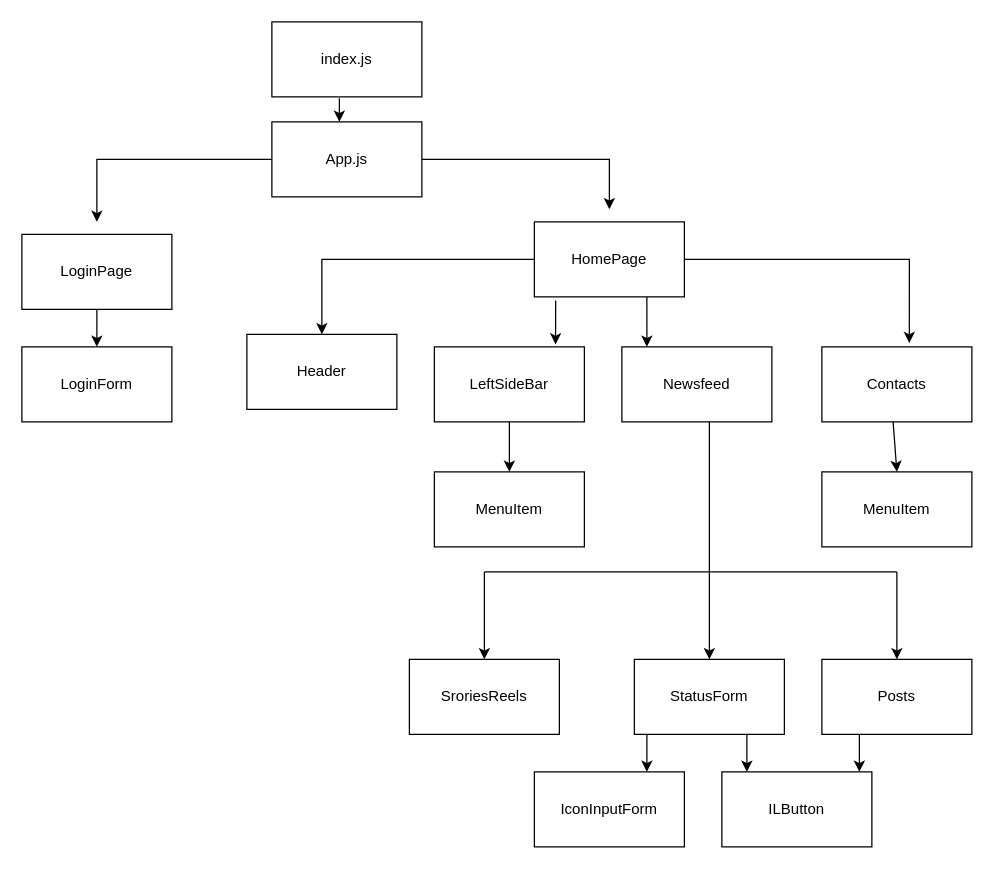
DNXBAN001/Facebook-Clone keeps this draw.io diagram as src/utils/facebook-architecture.drawio. Above is the earlier version. Source tidied: cells renumbered, new cells numbered last; positions are measured from the earlier drawing's top-left corner, leaving out a move shared by most shapes. Both pictures are drawn from the tidied source at 125%, with x=0, y=0 at pixel (21, 21).
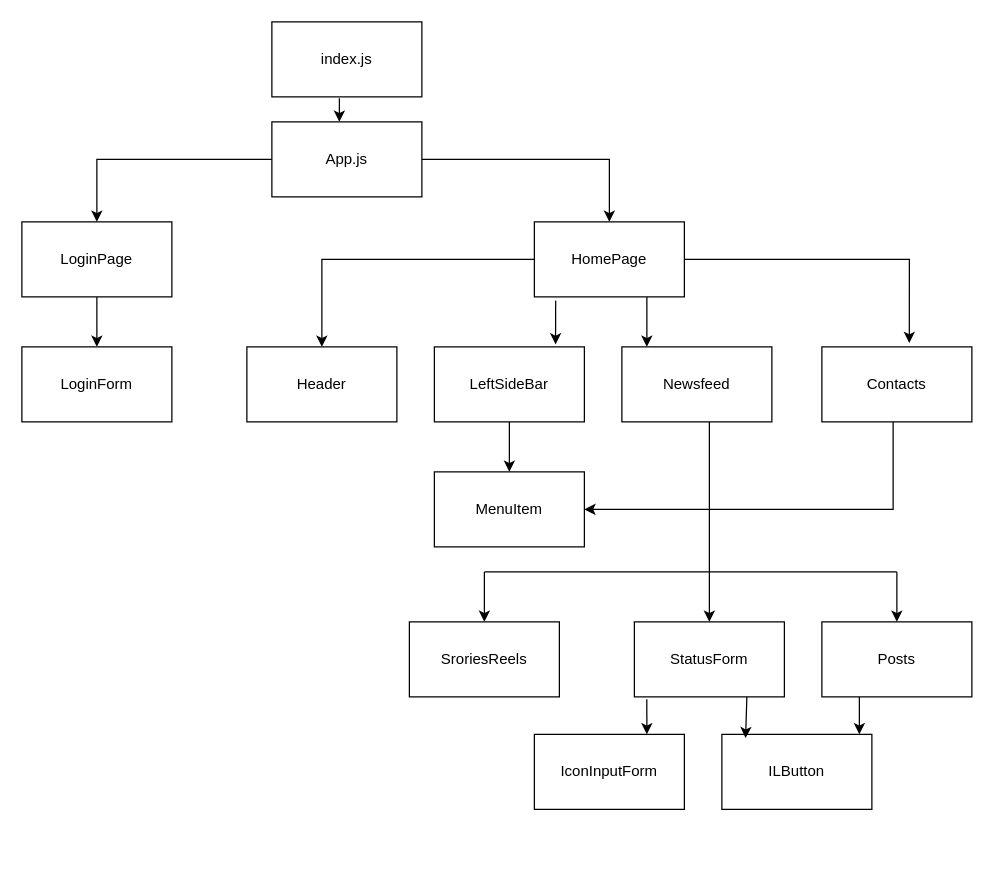
After the change.

The change refers to these unchanged cells:
```xml
<mxCell id="5" value="App.js" style="rounded=0;whiteSpace=wrap;html=1;" parent="1" vertex="1">
  <mxGeometry x="200" y="80" width="120" height="60" as="geometry" />
</mxCell>
<mxCell id="8" value="HomePage" style="rounded=0;whiteSpace=wrap;html=1;" parent="1" vertex="1">
  <mxGeometry x="410" y="160" width="120" height="60" as="geometry" />
</mxCell>
<mxCell id="11" value="MenuItem" style="rounded=0;whiteSpace=wrap;html=1;" parent="1" vertex="1">
  <mxGeometry x="330" y="360" width="120" height="60" as="geometry" />
</mxCell>
```

Diff of the diagram source:
```diff
@@
     <mxCell id="9" value="LoginPage" style="rounded=0;whiteSpace=wrap;html=1;" parent="1" vertex="1">
-      <mxGeometry y="170" width="120" height="60" as="geometry" />
+      <mxGeometry y="160" width="120" height="60" as="geometry" />
     </mxCell>
     <mxCell id="10" value="Header" style="rounded=0;whiteSpace=wrap;html=1;" parent="1" vertex="1">
-      <mxGeometry x="180" y="250" width="120" height="60" as="geometry" />
+      <mxGeometry x="180" y="260" width="120" height="60" as="geometry" />
     </mxCell>
@@
     <mxCell id="12" value="StatusForm" style="rounded=0;whiteSpace=wrap;html=1;" parent="1" vertex="1">
-      <mxGeometry x="490" y="510" width="120" height="60" as="geometry" />
+      <mxGeometry x="490" y="480" width="120" height="60" as="geometry" />
     </mxCell>
@@
     <mxCell id="14" value="Posts" style="rounded=0;whiteSpace=wrap;html=1;" parent="1" vertex="1">
-      <mxGeometry x="640" y="510" width="120" height="60" as="geometry" />
+      <mxGeometry x="640" y="480" width="120" height="60" as="geometry" />
     </mxCell>
     <mxCell id="15" value="SroriesReels" style="rounded=0;whiteSpace=wrap;html=1;" parent="1" vertex="1">
-      <mxGeometry x="310" y="510" width="120" height="60" as="geometry" />
+      <mxGeometry x="310" y="480" width="120" height="60" as="geometry" />
     </mxCell>
-    <mxCell id="16" value="MenuItem" style="rounded=0;whiteSpace=wrap;html=1;" parent="1" vertex="1">
-      <mxGeometry x="640" y="360" width="120" height="60" as="geometry" />
-    </mxCell>
@@
-    <mxCell id="20" style="endArrow=classic;html=1;rounded=0;exitX=0;exitY=0.5;exitDx=0;exitDy=0;" parent="1" edge="1" source="5">
+    <mxCell id="20" style="endArrow=classic;html=1;rounded=0;exitX=0;exitY=0.5;exitDx=0;exitDy=0;entryX=0.5;entryY=0;entryDx=0;entryDy=0;" parent="1" edge="1" source="5" target="9">
       <mxGeometry relative="1" as="geometry">
-        <mxPoint x="60" y="160" as="targetPoint" />
         <Array as="points">
           <mxPoint x="60" y="110" />
         </Array>
       </mxGeometry>
     </mxCell>
@@
-    <mxCell id="25" style="endArrow=classic;html=1;rounded=0;entryX=0.5;entryY=0;entryDx=0;entryDy=0;" parent="1" edge="1" target="16">
+    <mxCell id="25" style="endArrow=classic;html=1;rounded=0;entryX=1;entryY=0.5;entryDx=0;entryDy=0;" parent="1" edge="1" target="11">
       <mxGeometry relative="1" as="geometry">
         <mxPoint x="697" y="320" as="sourcePoint" />
+        <Array as="points">
+          <mxPoint x="697" y="390" />
+        </Array>
       </mxGeometry>
     </mxCell>
@@
     <mxCell id="29" style="endArrow=classic;html=1;rounded=0;" parent="1" edge="1">
       <mxGeometry relative="1" as="geometry">
         <mxPoint x="370" y="440" as="sourcePoint" />
-        <mxPoint x="370" y="510" as="targetPoint" />
+        <mxPoint x="370" y="480" as="targetPoint" />
       </mxGeometry>
     </mxCell>
@@
-    <mxCell id="32" style="endArrow=classic;html=1;rounded=0;" parent="1" edge="1">
+    <mxCell id="32" style="endArrow=classic;html=1;rounded=0;entryX=0.5;entryY=0;entryDx=0;entryDy=0;" parent="1" edge="1" target="8">
       <mxGeometry relative="1" as="geometry">
         <mxPoint x="320" y="110" as="sourcePoint" />
-        <mxPoint x="470" y="150" as="targetPoint" />
         <Array as="points">
           <mxPoint x="470" y="110" />
         </Array>
       </mxGeometry>
     </mxCell>
     <mxCell id="33" value="IconInputForm" style="rounded=0;whiteSpace=wrap;html=1;" parent="1" vertex="1">
-      <mxGeometry x="410" y="600" width="120" height="60" as="geometry" />
+      <mxGeometry x="410" y="570" width="120" height="60" as="geometry" />
     </mxCell>
     <mxCell id="34" value="ILButton" style="rounded=0;whiteSpace=wrap;html=1;" parent="1" vertex="1">
-      <mxGeometry x="560" y="600" width="120" height="60" as="geometry" />
+      <mxGeometry x="560" y="570" width="120" height="60" as="geometry" />
     </mxCell>
-    <mxCell id="35" style="endArrow=classic;html=1;rounded=0;entryX=0.75;entryY=0;entryDx=0;entryDy=0;" parent="1" edge="1" target="33">
-      <mxGeometry relative="1" as="geometry">
-        <mxPoint x="500" y="570" as="sourcePoint" />
-      </mxGeometry>
+    <mxCell id="35" style="endArrow=classic;html=1;rounded=0;entryX=0.75;entryY=0;entryDx=0;entryDy=0;exitX=0.083;exitY=1.033;exitDx=0;exitDy=0;exitPerimeter=0;" parent="1" edge="1" source="12" target="33">
+      <mxGeometry relative="1" as="geometry" />
     </mxCell>
-    <mxCell id="36" style="endArrow=classic;html=1;rounded=0;" parent="1" edge="1">
-      <mxGeometry relative="1" as="geometry">
-        <mxPoint x="580" y="570" as="sourcePoint" />
-        <mxPoint x="580" y="600" as="targetPoint" />
-      </mxGeometry>
+    <mxCell id="36" style="endArrow=classic;html=1;rounded=0;exitX=0.75;exitY=1;exitDx=0;exitDy=0;entryX=0.158;entryY=0.05;entryDx=0;entryDy=0;entryPerimeter=0;" parent="1" edge="1" source="12" target="34">
+      <mxGeometry relative="1" as="geometry" />
     </mxCell>
@@
     <mxCell id="38" style="endArrow=classic;html=1;rounded=0;exitX=0.25;exitY=1;exitDx=0;exitDy=0;" parent="1" edge="1" source="14">
       <mxGeometry relative="1" as="geometry">
-        <mxPoint x="670" y="600" as="targetPoint" />
+        <mxPoint x="670" y="570" as="targetPoint" />
       </mxGeometry>
     </mxCell>
```
